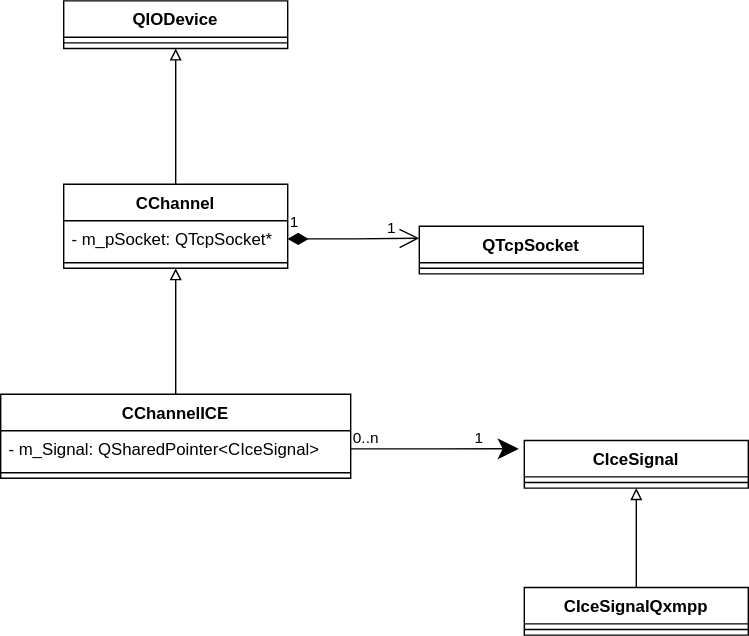
Before: docs/Image/Channel.svg, a diagram exported from draw.io (KangLin/RabbitRemoteControl). Source tidied: cells renumbered, new cells last; positions are measured from the earlier drawing's top-left corner, leaving out a move shared by most shapes.
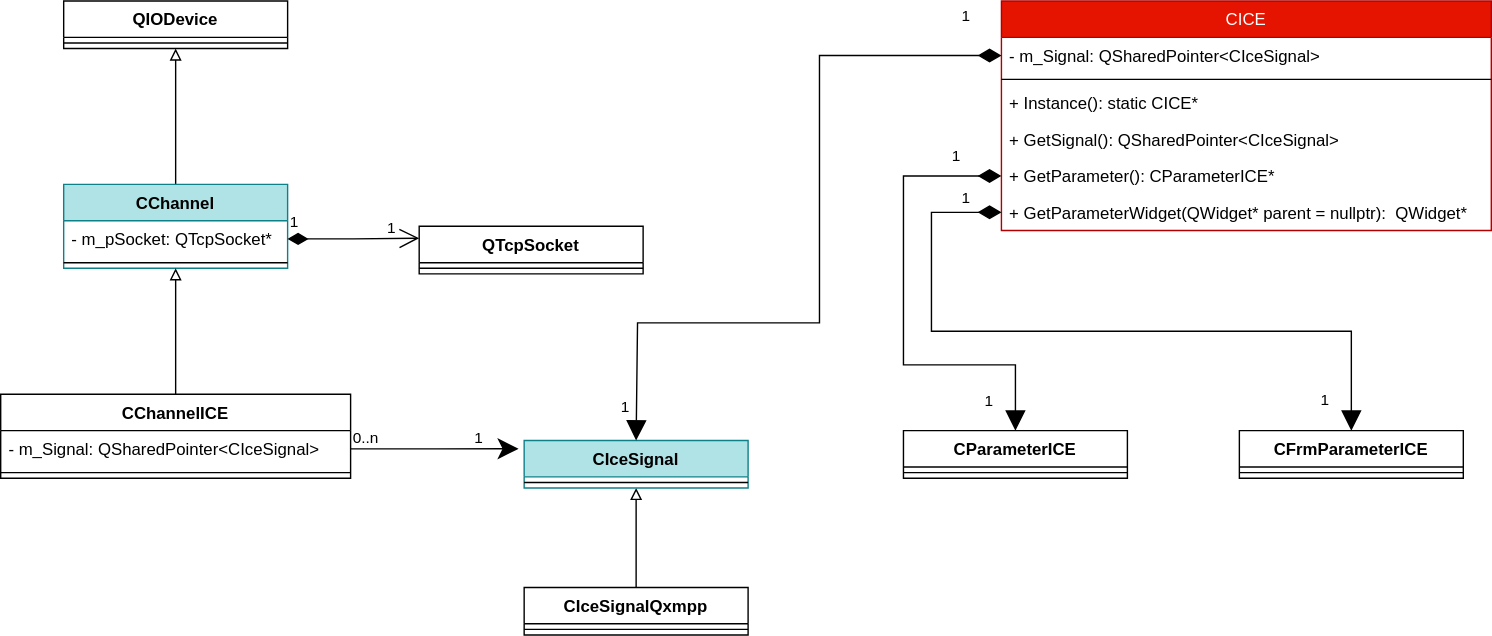
The same file after the commit.

Change to the diagram source:
```diff
@@ -5,7 +5,7 @@
     <mxCell id="2" style="edgeStyle=orthogonalEdgeStyle;rounded=0;jettySize=auto;html=1;entryX=0.5;entryY=1;entryDx=0;entryDy=0;endArrow=block;endFill=0;" parent="1" edge="1" source="3" target="6">
       <mxGeometry relative="1" as="geometry" />
     </mxCell>
-    <mxCell id="3" value="CChannel" style="swimlane;fontStyle=1;align=center;verticalAlign=top;horizontal=1;startSize=26;" parent="1" vertex="1">
+    <mxCell id="3" value="CChannel" style="swimlane;fontStyle=1;align=center;verticalAlign=top;horizontal=1;startSize=26;fillColor=#b0e3e6;strokeColor=#0e8088;" parent="1" vertex="1">
       <mxGeometry x="45" y="131" width="160" height="60" as="geometry" />
     </mxCell>
     <mxCell id="4" value="- m_pSocket: QTcpSocket*" style="text;strokeColor=none;fillColor=none;align=left;verticalAlign=top;spacingLeft=4;spacingRight=4;overflow=hidden;points=[[0,0.5],[1,0.5]];portConstraint=eastwest;" parent="3" vertex="1">
@@ -49,7 +49,7 @@
     <mxCell id="16" style="edgeStyle=orthogonalEdgeStyle;rounded=0;jettySize=auto;html=1;endArrow=none;endFill=0;startArrow=block;startFill=0;" parent="1" edge="1" source="17" target="22">
       <mxGeometry relative="1" as="geometry" />
     </mxCell>
-    <mxCell id="17" value="CIceSignal" style="swimlane;fontStyle=1;align=center;verticalAlign=top;horizontal=1;startSize=26;" parent="1" vertex="1">
+    <mxCell id="17" value="CIceSignal" style="swimlane;fontStyle=1;align=center;verticalAlign=top;horizontal=1;startSize=26;fillColor=#b0e3e6;strokeColor=#0e8088;" parent="1" vertex="1">
       <mxGeometry x="374" y="314" width="160" height="34" as="geometry" />
     </mxCell>
     <mxCell id="18" style="line;strokeWidth=1;fillColor=none;align=left;verticalAlign=middle;spacingTop=-1;spacingLeft=3;spacingRight=3;labelPosition=right;" parent="17" vertex="1">
@@ -72,5 +72,80 @@
     <mxCell id="23" style="line;strokeWidth=1;fillColor=none;align=left;verticalAlign=middle;spacingTop=-1;spacingLeft=3;spacingRight=3;labelPosition=right;" parent="22" vertex="1">
       <mxGeometry y="26" width="160" height="8" as="geometry" />
     </mxCell>
+    <mxCell id="24" value="CICE" style="swimlane;fontStyle=0;align=center;verticalAlign=top;horizontal=1;startSize=26;fillColor=#e51400;fontColor=#ffffff;strokeColor=#B20000;" parent="1" vertex="1">
+      <mxGeometry x="715" width="350" height="164" as="geometry" />
+    </mxCell>
+    <mxCell id="25" value="- m_Signal: QSharedPointer&lt;CIceSignal&gt;" style="text;strokeColor=none;fillColor=none;align=left;verticalAlign=top;spacingLeft=4;spacingRight=4;overflow=hidden;points=[[0,0.5],[1,0.5]];portConstraint=eastwest;" parent="24" vertex="1">
+      <mxGeometry y="26" width="350" height="26" as="geometry" />
+    </mxCell>
+    <mxCell id="26" style="line;strokeWidth=1;fillColor=none;align=left;verticalAlign=middle;spacingTop=-1;spacingLeft=3;spacingRight=3;labelPosition=right;" parent="24" vertex="1">
+      <mxGeometry y="52" width="350" height="8" as="geometry" />
+    </mxCell>
+    <mxCell id="27" value="+ Instance(): static CICE*" style="text;strokeColor=none;fillColor=none;align=left;verticalAlign=top;spacingLeft=4;spacingRight=4;overflow=hidden;" parent="24" vertex="1">
+      <mxGeometry y="60" width="350" height="26" as="geometry" />
+    </mxCell>
+    <mxCell id="28" value="+ GetSignal(): QSharedPointer&lt;CIceSignal&gt;" style="text;strokeColor=none;fillColor=none;align=left;verticalAlign=top;spacingLeft=4;spacingRight=4;overflow=hidden;" parent="24" vertex="1">
+      <mxGeometry y="86" width="350" height="26" as="geometry" />
+    </mxCell>
+    <mxCell id="29" value="+ GetParameter(): CParameterICE*" style="text;strokeColor=none;fillColor=none;align=left;verticalAlign=top;spacingLeft=4;spacingRight=4;overflow=hidden;points=[[0,0.5],[1,0.5]];portConstraint=eastwest;" parent="24" vertex="1">
+      <mxGeometry y="112" width="350" height="26" as="geometry" />
+    </mxCell>
+    <mxCell id="30" value="+ GetParameterWidget(QWidget* parent = nullptr):  QWidget*" style="text;strokeColor=none;fillColor=none;align=left;verticalAlign=top;spacingLeft=4;spacingRight=4;overflow=hidden;points=[[0,0.5],[1,0.5]];portConstraint=eastwest;" parent="24" vertex="1">
+      <mxGeometry y="138" width="350" height="26" as="geometry" />
+    </mxCell>
+    <mxCell id="31" value="1" style="endArrow=block;html=1;endSize=12;startArrow=diamondThin;startSize=14;startFill=1;edgeStyle=orthogonalEdgeStyle;align=left;verticalAlign=bottom;rounded=0;exitX=0;exitY=0.5;exitDx=0;exitDy=0;entryX=0.5;entryY=0;entryDx=0;entryDy=0;endFill=1;" parent="1" edge="1" source="25" target="17">
+      <mxGeometry x="-0.89" y="-19" relative="1" as="geometry">
+        <Array as="points">
+          <mxPoint x="585" y="39" />
+          <mxPoint x="585" y="230" />
+          <mxPoint x="455" y="230" />
+        </Array>
+      </mxGeometry>
+    </mxCell>
+    <mxCell id="32" value="1" style="edgeLabel;html=1;align=center;verticalAlign=middle;" parent="31" vertex="1">
+      <mxGeometry x="0.92" relative="1" as="geometry">
+        <mxPoint x="-9" y="-2" as="offset" />
+      </mxGeometry>
+    </mxCell>
+    <mxCell id="33" value="CParameterICE" style="swimlane;fontStyle=1;align=center;verticalAlign=top;horizontal=1;startSize=26;" parent="1" vertex="1">
+      <mxGeometry x="645" y="307" width="160" height="34" as="geometry" />
+    </mxCell>
+    <mxCell id="34" style="line;strokeWidth=1;fillColor=none;align=left;verticalAlign=middle;spacingTop=-1;spacingLeft=3;spacingRight=3;labelPosition=right;" parent="33" vertex="1">
+      <mxGeometry y="26" width="160" height="8" as="geometry" />
+    </mxCell>
+    <mxCell id="35" value="CFrmParameterICE" style="swimlane;fontStyle=1;align=center;verticalAlign=top;horizontal=1;startSize=26;" parent="1" vertex="1">
+      <mxGeometry x="885" y="307" width="160" height="34" as="geometry" />
+    </mxCell>
+    <mxCell id="36" style="line;strokeWidth=1;fillColor=none;align=left;verticalAlign=middle;spacingTop=-1;spacingLeft=3;spacingRight=3;labelPosition=right;" parent="35" vertex="1">
+      <mxGeometry y="26" width="160" height="8" as="geometry" />
+    </mxCell>
+    <mxCell id="37" value="1" style="endArrow=block;html=1;endSize=12;startArrow=diamondThin;startSize=14;startFill=1;edgeStyle=orthogonalEdgeStyle;align=left;verticalAlign=bottom;rounded=0;exitX=0;exitY=0.5;exitDx=0;exitDy=0;entryX=0.5;entryY=0;entryDx=0;entryDy=0;endFill=1;" parent="1" edge="1" source="29" target="33">
+      <mxGeometry x="-0.78" y="-5" relative="1" as="geometry">
+        <Array as="points">
+          <mxPoint x="645" y="125" />
+          <mxPoint x="645" y="260" />
+          <mxPoint x="725" y="260" />
+        </Array>
+      </mxGeometry>
+    </mxCell>
+    <mxCell id="38" value="&lt;div&gt;1&lt;/div&gt;" style="edgeLabel;html=1;align=center;verticalAlign=middle;" parent="37" vertex="1">
+      <mxGeometry x="0.74" y="2" relative="1" as="geometry">
+        <mxPoint x="-22" y="21" as="offset" />
+      </mxGeometry>
+    </mxCell>
+    <mxCell id="39" value="1" style="endArrow=block;html=1;endSize=12;startArrow=diamondThin;startSize=14;startFill=1;edgeStyle=orthogonalEdgeStyle;align=left;verticalAlign=bottom;rounded=0;exitX=0;exitY=0.5;exitDx=0;exitDy=0;entryX=0.5;entryY=0;entryDx=0;entryDy=0;endFill=1;" parent="1" edge="1" source="30" target="35">
+      <mxGeometry x="-0.88" y="-1" relative="1" as="geometry">
+        <Array as="points">
+          <mxPoint x="665" y="151" />
+          <mxPoint x="665" y="236" />
+          <mxPoint x="965" y="236" />
+        </Array>
+      </mxGeometry>
+    </mxCell>
+    <mxCell id="40" value="1" style="edgeLabel;html=1;align=center;verticalAlign=middle;" parent="39" vertex="1">
+      <mxGeometry x="0.91" y="1" relative="1" as="geometry">
+        <mxPoint x="-21" as="offset" />
+      </mxGeometry>
+    </mxCell>
   </root>
 </mxGraphModel>
```
